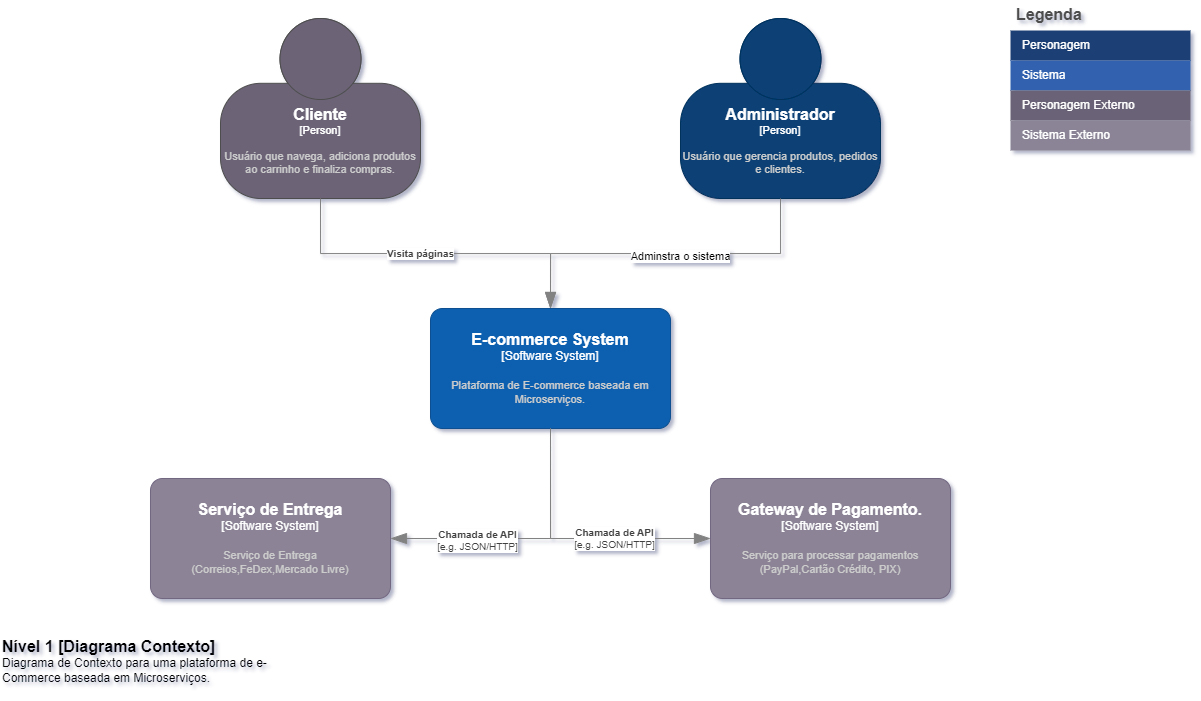
The draw.io diagram Microservicos/Arquitetura e-commerce-Contexto.drawio.png in cleversantoro/microservicos-arquitetura, before a commit. Source tidied: cells renumbered, new cells last; positions are measured from the earlier drawing's top-left corner, leaving out a move shared by most shapes. The source it was exported from:
```xml
<mxGraphModel>
  <root>
    <mxCell id="0" />
    <mxCell id="1" parent="0" />
    <object id="2" label="&lt;font style=&quot;font-size: 16px&quot;&gt;&lt;b&gt;%c4Name%&lt;/b&gt;&lt;/font&gt;&lt;div&gt;[%c4Type%]&lt;/div&gt;&lt;br&gt;&lt;div&gt;&lt;font style=&quot;font-size: 11px&quot;&gt;&lt;font color=&quot;#cccccc&quot;&gt;%c4Description%&lt;/font&gt;&lt;/div&gt;" c4Description="Usuário que navega, adiciona produtos ao carrinho e finaliza compras." c4Name="Cliente" c4Type="Person" placeholders="1">
      <mxCell style="html=1;fontSize=11;dashed=0;whiteSpace=wrap;fillColor=#6C6477;strokeColor=#4D4D4D;fontColor=#ffffff;shape=mxgraph.c4.person2;align=center;points=[[0.5,0,0],[1,0.5,0],[1,0.75,0],[0.75,1,0],[0.5,1,0],[0.25,1,0],[0,0.75,0],[0,0.5,0]];verticalAlign=middle;fontFamily=Helvetica;" parent="1" vertex="1">
        <mxGeometry x="220" y="18" width="200" height="180" as="geometry" />
      </mxCell>
    </object>
    <object id="3" label="&lt;font style=&quot;font-size: 16px&quot;&gt;&lt;b&gt;%c4Name%&lt;/b&gt;&lt;/font&gt;&lt;div&gt;[%c4Type%]&lt;/div&gt;&lt;br&gt;&lt;div&gt;&lt;font style=&quot;font-size: 11px&quot;&gt;&lt;font color=&quot;#cccccc&quot;&gt;%c4Description%&lt;/font&gt;&lt;/div&gt;" c4Description="Usuário que gerencia produtos, pedidos e clientes." c4Name="Administrador" c4Type="Person" placeholders="1">
      <mxCell style="html=1;fontSize=11;dashed=0;whiteSpace=wrap;fillColor=#083F75;strokeColor=#06315C;fontColor=#ffffff;shape=mxgraph.c4.person2;align=center;points=[[0.5,0,0],[1,0.5,0],[1,0.75,0],[0.75,1,0],[0.5,1,0],[0.25,1,0],[0,0.75,0],[0,0.5,0]];" parent="1" vertex="1">
        <mxGeometry x="680" y="18" width="200" height="180" as="geometry" />
      </mxCell>
    </object>
    <object id="4" label="&lt;font style=&quot;font-size: 16px&quot;&gt;&lt;b&gt;%c4Name%&lt;/b&gt;&lt;/font&gt;&lt;div&gt;[%c4Type%]&lt;/div&gt;&lt;br&gt;&lt;div&gt;&lt;font style=&quot;font-size: 11px&quot;&gt;&lt;font color=&quot;#cccccc&quot;&gt;%c4Description%&lt;/font&gt;&lt;/div&gt;" c4Description="Plataforma de E-commerce baseada em Microserviços." c4Name="E-commerce System" c4Type="Software System" placeholders="1">
      <mxCell style="rounded=1;whiteSpace=wrap;html=1;labelBackgroundColor=none;fillColor=#1061B0;fontColor=#ffffff;align=center;arcSize=10;strokeColor=#0D5091;points=[[0.25,0,0],[0.5,0,0],[0.75,0,0],[1,0.25,0],[1,0.5,0],[1,0.75,0],[0.75,1,0],[0.5,1,0],[0.25,1,0],[0,0.75,0],[0,0.5,0],[0,0.25,0]];" parent="1" vertex="1">
        <mxGeometry x="430" y="308" width="240" height="120" as="geometry" />
      </mxCell>
    </object>
    <object id="5" label="&lt;font style=&quot;font-size: 16px&quot;&gt;&lt;b&gt;%c4Name%&lt;/b&gt;&lt;/font&gt;&lt;div&gt;[%c4Type%]&lt;/div&gt;&lt;br&gt;&lt;div&gt;&lt;font style=&quot;font-size: 11px&quot;&gt;&lt;font color=&quot;#cccccc&quot;&gt;%c4Description%&lt;/font&gt;&lt;/div&gt;" c4Description="Serviço para processar pagamentos&#10;(PayPal,Cartão Crédito, PIX)" c4Name="Gateway de Pagamento." c4Type="Software System" placeholders="1">
      <mxCell style="rounded=1;whiteSpace=wrap;html=1;labelBackgroundColor=none;fillColor=#8C8496;fontColor=#ffffff;align=center;arcSize=10;strokeColor=#736782;points=[[0.25,0,0],[0.5,0,0],[0.75,0,0],[1,0.25,0],[1,0.5,0],[1,0.75,0],[0.75,1,0],[0.5,1,0],[0.25,1,0],[0,0.75,0],[0,0.5,0],[0,0.25,0]];" parent="1" vertex="1">
        <mxGeometry x="710" y="478" width="240" height="120" as="geometry" />
      </mxCell>
    </object>
    <object id="6" label="&lt;font style=&quot;font-size: 16px&quot;&gt;&lt;b&gt;&lt;div style=&quot;text-align: left&quot;&gt;%c4Name%&lt;/div&gt;&lt;/b&gt;&lt;/font&gt;&lt;div style=&quot;text-align: left&quot;&gt;%c4Description%&lt;/div&gt;" c4Description="Diagrama de Contexto para uma plataforma de e-Commerce baseada em Microserviços." c4Name="Nível 1 [Diagrama Contexto]" c4Type="ContainerScopeBoundary" placeholders="1">
      <mxCell style="text;html=1;strokeColor=none;fillColor=none;align=left;verticalAlign=top;whiteSpace=wrap;rounded=0;" parent="1" vertex="1">
        <mxGeometry y="630" width="320" height="60" as="geometry" />
      </mxCell>
    </object>
    <object id="7" label="&lt;div style=&quot;text-align: left&quot;&gt;&lt;div style=&quot;text-align: center&quot;&gt;&lt;b&gt;%c4Description%&lt;/b&gt;&lt;/div&gt;&lt;div style=&quot;text-align: center&quot;&gt;[%c4Technology%]&lt;/div&gt;&lt;/div&gt;" c4Description="Chamada de API" c4Technology="e.g. JSON/HTTP" c4Type="Relationship" placeholders="1">
      <mxCell style="endArrow=blockThin;html=1;fontSize=10;fontColor=#404040;strokeWidth=1;endFill=1;strokeColor=#828282;elbow=vertical;endSize=14;startSize=14;jumpStyle=arc;jumpSize=16;rounded=0;edgeStyle=orthogonalEdgeStyle;exitX=0.5;exitY=1;exitDx=0;exitDy=0;exitPerimeter=0;entryX=0;entryY=0.5;entryDx=0;entryDy=0;entryPerimeter=0;" parent="1" edge="1" source="4" target="5">
        <mxGeometry x="0.29" relative="1" as="geometry" />
      </mxCell>
    </object>
    <object id="8" label="&lt;div style=&quot;text-align: left&quot;&gt;&lt;div style=&quot;text-align: center&quot;&gt;&lt;b&gt;%c4Description%&lt;/b&gt;&lt;/div&gt;" c4Description="Visita páginas" c4Type="Relationship" placeholders="1">
      <mxCell style="endArrow=blockThin;html=1;fontSize=10;fontColor=#404040;strokeWidth=1;endFill=1;strokeColor=#828282;elbow=vertical;endSize=14;startSize=14;jumpStyle=arc;jumpSize=16;rounded=0;edgeStyle=orthogonalEdgeStyle;exitX=0.5;exitY=1;exitDx=0;exitDy=0;exitPerimeter=0;entryX=0.5;entryY=0;entryDx=0;entryDy=0;entryPerimeter=0;" parent="1" edge="1" source="2" target="4">
        <mxGeometry x="-0.09" relative="1" as="geometry" />
      </mxCell>
    </object>
    <object id="9" label="" c4Type="Relationship" placeholders="1">
      <mxCell style="endArrow=blockThin;html=1;fontSize=10;fontColor=#404040;strokeWidth=1;endFill=1;strokeColor=#828282;elbow=vertical;endSize=14;startSize=14;jumpStyle=arc;jumpSize=16;rounded=0;edgeStyle=orthogonalEdgeStyle;exitX=0.5;exitY=1;exitDx=0;exitDy=0;exitPerimeter=0;entryX=0.5;entryY=0;entryDx=0;entryDy=0;entryPerimeter=0;" parent="1" edge="1" source="3" target="4">
        <mxGeometry relative="1" as="geometry" />
      </mxCell>
    </object>
    <mxCell id="10" value="Adminstra o sistema" style="edgeLabel;html=1;align=center;verticalAlign=middle;" parent="9" vertex="1">
      <mxGeometry x="-0.12" y="2" relative="1" as="geometry">
        <mxPoint x="-5" as="offset" />
      </mxGeometry>
    </mxCell>
    <mxCell id="11" value="Legenda" style="shape=table;startSize=30;fontSize=16;align=left;verticalAlign=top;fillColor=none;strokeColor=none;fontColor=#4D4D4D;fontStyle=1;spacingLeft=6;spacing=0;" parent="1" vertex="1">
      <mxGeometry x="1010" width="180" height="150" as="geometry" />
    </mxCell>
    <mxCell id="12" style="shape=tableRow;horizontal=0;startSize=0;swimlaneHead=0;swimlaneBody=0;strokeColor=inherit;top=0;left=0;bottom=0;right=0;fillColor=none;fontSize=12;" parent="11" vertex="1">
      <mxGeometry y="30" width="180" height="30" as="geometry" />
    </mxCell>
    <mxCell id="13" value="Personagem" style="shape=partialRectangle;html=1;whiteSpace=wrap;strokeColor=inherit;overflow=hidden;fillColor=#1E4074;top=0;left=0;bottom=0;right=0;fontSize=12;align=left;fontColor=#FFFFFF;gradientColor=none;spacingLeft=10;spacingRight=4;" parent="12" vertex="1">
      <mxGeometry width="180" height="30" as="geometry" />
    </mxCell>
    <mxCell id="14" style="shape=tableRow;horizontal=0;startSize=0;swimlaneHead=0;swimlaneBody=0;strokeColor=inherit;top=0;left=0;bottom=0;right=0;fillColor=none;fontSize=12;" parent="11" vertex="1">
      <mxGeometry y="60" width="180" height="30" as="geometry" />
    </mxCell>
    <mxCell id="15" value="Sistema" style="shape=partialRectangle;html=1;whiteSpace=wrap;strokeColor=inherit;overflow=hidden;fillColor=#3162AF;top=0;left=0;bottom=0;right=0;fontSize=12;align=left;fontColor=#FFFFFF;gradientColor=none;spacingLeft=10;spacingRight=4;" parent="14" vertex="1">
      <mxGeometry width="180" height="30" as="geometry" />
    </mxCell>
    <mxCell id="16" style="shape=tableRow;horizontal=0;startSize=0;swimlaneHead=0;swimlaneBody=0;strokeColor=inherit;top=0;left=0;bottom=0;right=0;fillColor=none;fontSize=12;" parent="11" vertex="1">
      <mxGeometry y="90" width="180" height="30" as="geometry" />
    </mxCell>
    <mxCell id="17" value="Personagem Externo" style="shape=partialRectangle;html=1;whiteSpace=wrap;strokeColor=inherit;overflow=hidden;fillColor=#6b6477;top=0;left=0;bottom=0;right=0;fontSize=12;align=left;fontColor=#FFFFFF;gradientColor=none;spacingLeft=10;spacingRight=4;" parent="16" vertex="1">
      <mxGeometry width="180" height="30" as="geometry" />
    </mxCell>
    <mxCell id="18" style="shape=tableRow;horizontal=0;startSize=0;swimlaneHead=0;swimlaneBody=0;strokeColor=inherit;top=0;left=0;bottom=0;right=0;fillColor=none;fontSize=12;" parent="11" vertex="1">
      <mxGeometry y="120" width="180" height="30" as="geometry" />
    </mxCell>
    <mxCell id="19" value="Sistema Externo" style="shape=partialRectangle;html=1;whiteSpace=wrap;strokeColor=inherit;overflow=hidden;fillColor=#8b8496;top=0;left=0;bottom=0;right=0;fontSize=12;align=left;fontColor=#FFFFFF;gradientColor=none;spacingLeft=10;spacingRight=4;" parent="18" vertex="1">
      <mxGeometry width="180" height="30" as="geometry" />
    </mxCell>
    <object id="20" label="&lt;font style=&quot;font-size: 16px&quot;&gt;&lt;b&gt;%c4Name%&lt;/b&gt;&lt;/font&gt;&lt;div&gt;[%c4Type%]&lt;/div&gt;&lt;br&gt;&lt;div&gt;&lt;font style=&quot;font-size: 11px&quot;&gt;&lt;font color=&quot;#cccccc&quot;&gt;%c4Description%&lt;/font&gt;&lt;/div&gt;" c4Description="Serviço de Entrega &#10;(Correios,FeDex,Mercado Livre)" c4Name="Serviço de Entrega" c4Type="Software System" placeholders="1">
      <mxCell style="rounded=1;whiteSpace=wrap;html=1;labelBackgroundColor=none;fillColor=#8C8496;fontColor=#ffffff;align=center;arcSize=10;strokeColor=#736782;points=[[0.25,0,0],[0.5,0,0],[0.75,0,0],[1,0.25,0],[1,0.5,0],[1,0.75,0],[0.75,1,0],[0.5,1,0],[0.25,1,0],[0,0.75,0],[0,0.5,0],[0,0.25,0]];" parent="1" vertex="1">
        <mxGeometry x="150" y="478" width="240" height="120" as="geometry" />
      </mxCell>
    </object>
    <object id="21" label="&lt;div style=&quot;text-align: left&quot;&gt;&lt;div style=&quot;text-align: center&quot;&gt;&lt;b&gt;%c4Description%&lt;/b&gt;&lt;/div&gt;&lt;div style=&quot;text-align: center&quot;&gt;[%c4Technology%]&lt;/div&gt;&lt;/div&gt;" c4Description="Chamada de API" c4Technology="e.g. JSON/HTTP" c4Type="Relationship" placeholders="1">
      <mxCell style="endArrow=blockThin;html=1;fontSize=10;fontColor=#404040;strokeWidth=1;endFill=1;strokeColor=#828282;elbow=vertical;endSize=14;startSize=14;jumpStyle=arc;jumpSize=16;rounded=0;edgeStyle=orthogonalEdgeStyle;exitX=0.5;exitY=1;exitDx=0;exitDy=0;exitPerimeter=0;entryX=1;entryY=0.5;entryDx=0;entryDy=0;entryPerimeter=0;" parent="1" edge="1" source="4" target="20">
        <mxGeometry x="0.36" y="2" relative="1" as="geometry">
          <Array as="points">
            <mxPoint x="550" y="538" />
          </Array>
        </mxGeometry>
      </mxCell>
    </object>
  </root>
</mxGraphModel>
```
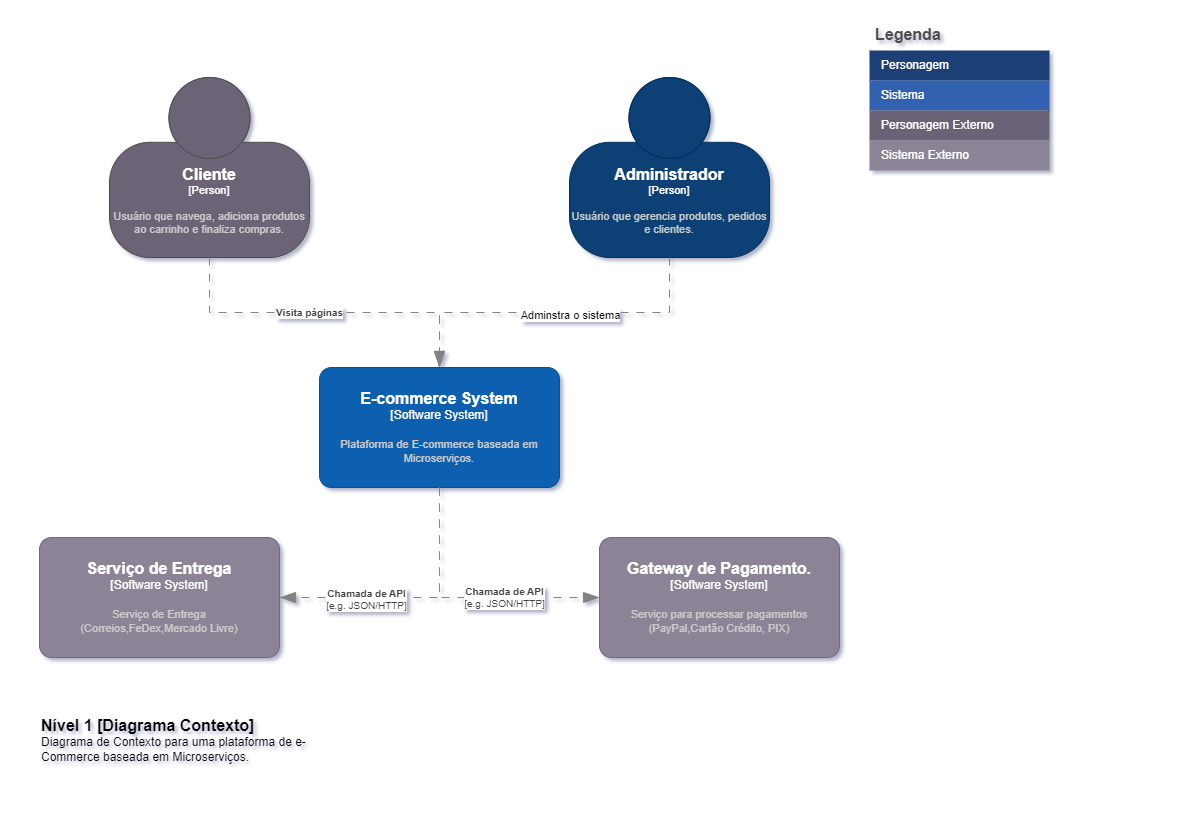
The same file after the commit.

What changed in the source:
```diff
@@ -24,21 +24,21 @@
     </object>
     <object id="6" label="&lt;font style=&quot;font-size: 16px&quot;&gt;&lt;b&gt;&lt;div style=&quot;text-align: left&quot;&gt;%c4Name%&lt;/div&gt;&lt;/b&gt;&lt;/font&gt;&lt;div style=&quot;text-align: left&quot;&gt;%c4Description%&lt;/div&gt;" c4Description="Diagrama de Contexto para uma plataforma de e-Commerce baseada em Microserviços." c4Name="Nível 1 [Diagrama Contexto]" c4Type="ContainerScopeBoundary" placeholders="1">
       <mxCell style="text;html=1;strokeColor=none;fillColor=none;align=left;verticalAlign=top;whiteSpace=wrap;rounded=0;" parent="1" vertex="1">
-        <mxGeometry y="630" width="320" height="60" as="geometry" />
+        <mxGeometry x="150" y="650" width="320" height="60" as="geometry" />
       </mxCell>
     </object>
     <object id="7" label="&lt;div style=&quot;text-align: left&quot;&gt;&lt;div style=&quot;text-align: center&quot;&gt;&lt;b&gt;%c4Description%&lt;/b&gt;&lt;/div&gt;&lt;div style=&quot;text-align: center&quot;&gt;[%c4Technology%]&lt;/div&gt;&lt;/div&gt;" c4Description="Chamada de API" c4Technology="e.g. JSON/HTTP" c4Type="Relationship" placeholders="1">
-      <mxCell style="endArrow=blockThin;html=1;fontSize=10;fontColor=#404040;strokeWidth=1;endFill=1;strokeColor=#828282;elbow=vertical;endSize=14;startSize=14;jumpStyle=arc;jumpSize=16;rounded=0;edgeStyle=orthogonalEdgeStyle;exitX=0.5;exitY=1;exitDx=0;exitDy=0;exitPerimeter=0;entryX=0;entryY=0.5;entryDx=0;entryDy=0;entryPerimeter=0;" parent="1" edge="1" source="4" target="5">
+      <mxCell style="endArrow=blockThin;html=1;fontSize=10;fontColor=#404040;strokeWidth=1;endFill=1;strokeColor=#828282;elbow=vertical;endSize=14;startSize=14;jumpStyle=arc;jumpSize=16;rounded=0;edgeStyle=orthogonalEdgeStyle;exitX=0.5;exitY=1;exitDx=0;exitDy=0;exitPerimeter=0;entryX=0;entryY=0.5;entryDx=0;entryDy=0;entryPerimeter=0;dashed=1;dashPattern=8 8;" parent="1" edge="1" source="4" target="5">
         <mxGeometry x="0.29" relative="1" as="geometry" />
       </mxCell>
     </object>
     <object id="8" label="&lt;div style=&quot;text-align: left&quot;&gt;&lt;div style=&quot;text-align: center&quot;&gt;&lt;b&gt;%c4Description%&lt;/b&gt;&lt;/div&gt;" c4Description="Visita páginas" c4Type="Relationship" placeholders="1">
-      <mxCell style="endArrow=blockThin;html=1;fontSize=10;fontColor=#404040;strokeWidth=1;endFill=1;strokeColor=#828282;elbow=vertical;endSize=14;startSize=14;jumpStyle=arc;jumpSize=16;rounded=0;edgeStyle=orthogonalEdgeStyle;exitX=0.5;exitY=1;exitDx=0;exitDy=0;exitPerimeter=0;entryX=0.5;entryY=0;entryDx=0;entryDy=0;entryPerimeter=0;" parent="1" edge="1" source="2" target="4">
+      <mxCell style="endArrow=blockThin;html=1;fontSize=10;fontColor=#404040;strokeWidth=1;endFill=1;strokeColor=#828282;elbow=vertical;endSize=14;startSize=14;jumpStyle=arc;jumpSize=16;rounded=0;edgeStyle=orthogonalEdgeStyle;exitX=0.5;exitY=1;exitDx=0;exitDy=0;exitPerimeter=0;entryX=0.5;entryY=0;entryDx=0;entryDy=0;entryPerimeter=0;dashed=1;dashPattern=8 8;" parent="1" edge="1" source="2" target="4">
         <mxGeometry x="-0.09" relative="1" as="geometry" />
       </mxCell>
     </object>
     <object id="9" label="" c4Type="Relationship" placeholders="1">
-      <mxCell style="endArrow=blockThin;html=1;fontSize=10;fontColor=#404040;strokeWidth=1;endFill=1;strokeColor=#828282;elbow=vertical;endSize=14;startSize=14;jumpStyle=arc;jumpSize=16;rounded=0;edgeStyle=orthogonalEdgeStyle;exitX=0.5;exitY=1;exitDx=0;exitDy=0;exitPerimeter=0;entryX=0.5;entryY=0;entryDx=0;entryDy=0;entryPerimeter=0;" parent="1" edge="1" source="3" target="4">
+      <mxCell style="endArrow=blockThin;html=1;fontSize=10;fontColor=#404040;strokeWidth=1;endFill=1;strokeColor=#828282;elbow=vertical;endSize=14;startSize=14;jumpStyle=arc;jumpSize=16;rounded=0;edgeStyle=orthogonalEdgeStyle;exitX=0.5;exitY=1;exitDx=0;exitDy=0;exitPerimeter=0;entryX=0.5;entryY=0;entryDx=0;entryDy=0;entryPerimeter=0;dashed=1;dashPattern=8 8;" parent="1" edge="1" source="3" target="4">
         <mxGeometry relative="1" as="geometry" />
       </mxCell>
     </object>
@@ -48,7 +48,7 @@
       </mxGeometry>
     </mxCell>
     <mxCell id="11" value="Legenda" style="shape=table;startSize=30;fontSize=16;align=left;verticalAlign=top;fillColor=none;strokeColor=none;fontColor=#4D4D4D;fontStyle=1;spacingLeft=6;spacing=0;" parent="1" vertex="1">
-      <mxGeometry x="1010" width="180" height="150" as="geometry" />
+      <mxGeometry x="980" y="-39" width="180" height="150" as="geometry" />
     </mxCell>
     <mxCell id="12" style="shape=tableRow;horizontal=0;startSize=0;swimlaneHead=0;swimlaneBody=0;strokeColor=inherit;top=0;left=0;bottom=0;right=0;fillColor=none;fontSize=12;" parent="11" vertex="1">
       <mxGeometry y="30" width="180" height="30" as="geometry" />
@@ -80,7 +80,7 @@
       </mxCell>
     </object>
     <object id="21" label="&lt;div style=&quot;text-align: left&quot;&gt;&lt;div style=&quot;text-align: center&quot;&gt;&lt;b&gt;%c4Description%&lt;/b&gt;&lt;/div&gt;&lt;div style=&quot;text-align: center&quot;&gt;[%c4Technology%]&lt;/div&gt;&lt;/div&gt;" c4Description="Chamada de API" c4Technology="e.g. JSON/HTTP" c4Type="Relationship" placeholders="1">
-      <mxCell style="endArrow=blockThin;html=1;fontSize=10;fontColor=#404040;strokeWidth=1;endFill=1;strokeColor=#828282;elbow=vertical;endSize=14;startSize=14;jumpStyle=arc;jumpSize=16;rounded=0;edgeStyle=orthogonalEdgeStyle;exitX=0.5;exitY=1;exitDx=0;exitDy=0;exitPerimeter=0;entryX=1;entryY=0.5;entryDx=0;entryDy=0;entryPerimeter=0;" parent="1" edge="1" source="4" target="20">
+      <mxCell style="endArrow=blockThin;html=1;fontSize=10;fontColor=#404040;strokeWidth=1;endFill=1;strokeColor=#828282;elbow=vertical;endSize=14;startSize=14;jumpStyle=arc;jumpSize=16;rounded=0;edgeStyle=orthogonalEdgeStyle;exitX=0.5;exitY=1;exitDx=0;exitDy=0;exitPerimeter=0;entryX=1;entryY=0.5;entryDx=0;entryDy=0;entryPerimeter=0;dashed=1;dashPattern=8 8;" parent="1" edge="1" source="4" target="20">
         <mxGeometry x="0.36" y="2" relative="1" as="geometry">
           <Array as="points">
             <mxPoint x="550" y="538" />
```
